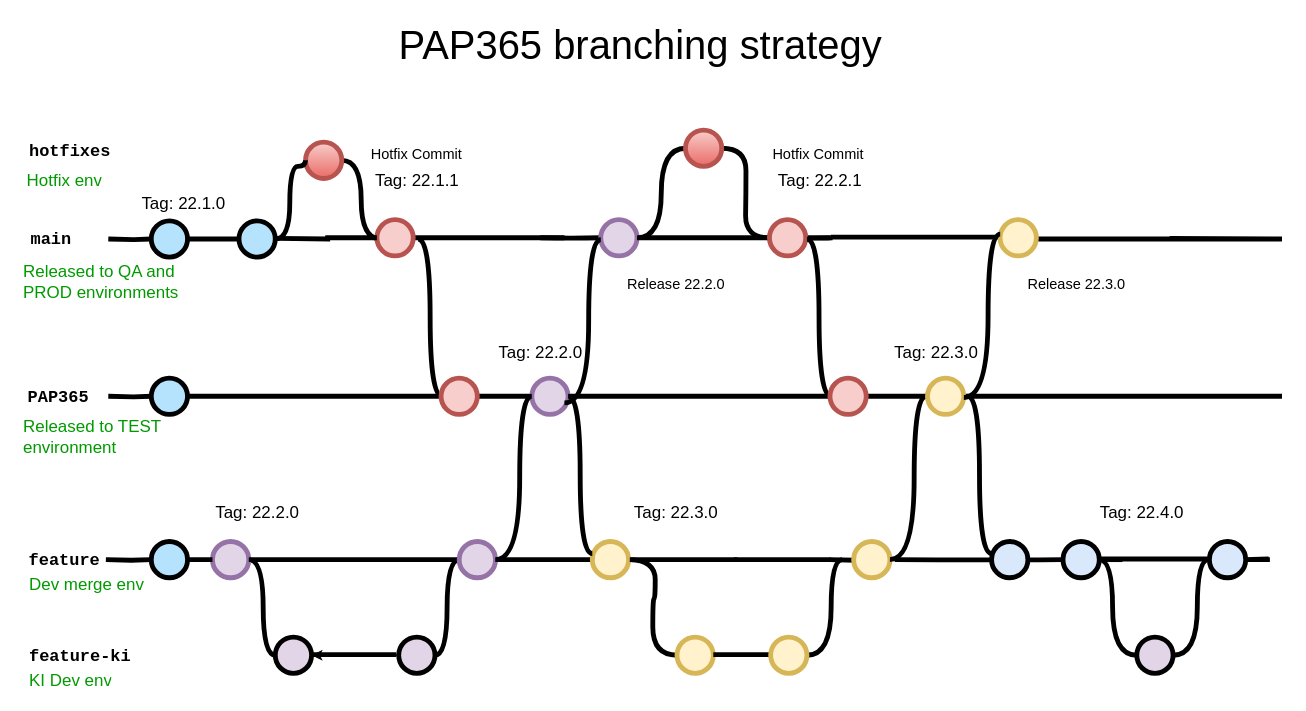
pivko4life/workstuff keeps this draw.io diagram as Pap pipeline diagram.drawio. Above is the earlier version. Source tidied: cells renumbered, new cells numbered last; positions are measured from the earlier drawing's top-left corner, leaving out a move shared by most shapes. Both pictures are drawn from the tidied source at 121%, with x=0, y=0 at pixel (21, 21).
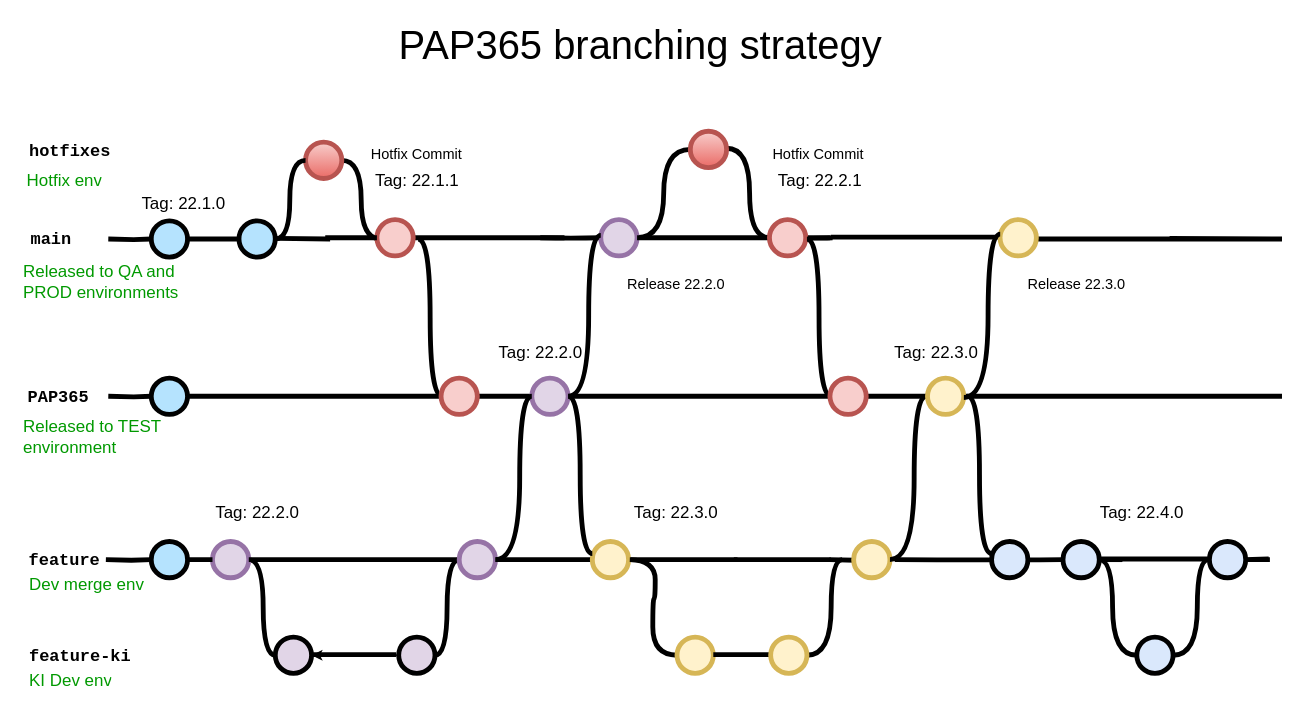
The same diagram, later.

Unchanged cells that the change refers to:
```xml
<mxCell id="35" style="verticalLabelPosition=bottom;verticalAlign=top;html=1;strokeWidth=4;shape=mxgraph.flowchart.on-page_reference;strokeColor=#b85450;fillColor=#f8cecc;" parent="1" vertex="1">
  <mxGeometry x="618.4" y="164" width="30" height="30" as="geometry" />
</mxCell>
<mxCell id="55" style="verticalLabelPosition=bottom;verticalAlign=top;html=1;strokeWidth=4;shape=mxgraph.flowchart.on-page_reference;plain-blue;gradientColor=#EA6B66;strokeColor=#B85450;fillColor=#F8CECC;" parent="1" vertex="1">
  <mxGeometry x="235" y="100" width="30" height="30" as="geometry" />
</mxCell>
```

Diff of the diagram source:
```diff
@@
     <mxCell id="26" style="edgeStyle=orthogonalEdgeStyle;curved=1;rounded=0;jettySize=auto;html=1;endArrow=none;endFill=0;strokeWidth=4;fontFamily=Courier New;fontSize=16;entryX=0;entryY=0.5;entryDx=0;entryDy=0;entryPerimeter=0;" parent="1" edge="1" source="27" target="35">
-      <mxGeometry relative="1" as="geometry" />
+      <mxGeometry relative="1" as="geometry">
+        <Array as="points">
+          <mxPoint x="602" y="105" />
+          <mxPoint x="602" y="179" />
+        </Array>
+      </mxGeometry>
     </mxCell>
     <mxCell id="27" style="verticalLabelPosition=bottom;verticalAlign=top;html=1;strokeWidth=4;shape=mxgraph.flowchart.on-page_reference;plain-blue;gradientColor=#EA6B66;strokeColor=#B85450;fillColor=#F8CECC;" parent="1" vertex="1">
-      <mxGeometry x="549" y="90" width="30" height="30" as="geometry" />
+      <mxGeometry x="553" y="91" width="30" height="30" as="geometry" />
     </mxCell>
@@
-    <mxCell id="43" style="verticalLabelPosition=bottom;verticalAlign=top;html=1;strokeWidth=4;shape=mxgraph.flowchart.on-page_reference;plain-purple;gradientColor=none;strokeColor=#000000;" parent="1" vertex="1">
+    <mxCell id="43" style="verticalLabelPosition=bottom;verticalAlign=top;html=1;strokeWidth=4;shape=mxgraph.flowchart.on-page_reference;strokeColor=#000000;fillColor=#dae8fc;" parent="1" vertex="1">
       <mxGeometry x="922" y="509" width="30" height="30" as="geometry" />
     </mxCell>
@@
-    <mxCell id="75" style="edgeStyle=orthogonalEdgeStyle;curved=1;rounded=0;html=1;entryX=0;entryY=0.5;entryPerimeter=0;endArrow=none;endFill=0;jettySize=auto;orthogonalLoop=1;strokeWidth=4;fontSize=15;entryDx=0;entryDy=0;exitX=1;exitY=0.5;exitDx=0;exitDy=0;exitPerimeter=0;" parent="1" edge="1">
+    <mxCell id="75" style="edgeStyle=orthogonalEdgeStyle;curved=1;rounded=0;html=1;entryX=0;entryY=0.5;entryPerimeter=0;endArrow=none;endFill=0;jettySize=auto;orthogonalLoop=1;strokeWidth=4;fontSize=15;entryDx=0;entryDy=0;exitX=0.75;exitY=0;exitDx=0;exitDy=0;" parent="1" edge="1">
       <mxGeometry relative="1" as="geometry">
-        <mxPoint x="449" y="315.5" as="sourcePoint" />
-        <mxPoint x="479" y="180.5" as="targetPoint" />
+        <mxPoint x="452.2" y="310" as="sourcePoint" />
+        <mxPoint x="479" y="177" as="targetPoint" />
         <Array as="points">
-          <mxPoint x="469" y="315.5" />
-          <mxPoint x="469" y="180.5" />
+          <mxPoint x="469" y="310" />
+          <mxPoint x="469" y="177" />
         </Array>
       </mxGeometry>
     </mxCell>
@@
-    <mxCell id="89" style="edgeStyle=orthogonalEdgeStyle;curved=1;rounded=0;jettySize=auto;html=1;endArrow=none;endFill=0;strokeWidth=4;fontFamily=Courier New;fontSize=16;entryX=0;entryY=0.5;entryDx=0;entryDy=0;entryPerimeter=0;" parent="1" edge="1" target="55">
+    <mxCell id="89" style="edgeStyle=orthogonalEdgeStyle;curved=1;rounded=0;orthogonalLoop=1;jettySize=auto;html=1;endArrow=none;endFill=0;strokeWidth=4;fontFamily=Courier New;fontSize=16;entryX=0;entryY=0.5;entryDx=0;entryDy=0;entryPerimeter=0;" parent="1" edge="1">
       <mxGeometry relative="1" as="geometry">
         <mxPoint x="210" y="180" as="sourcePoint" />
+        <mxPoint x="235" y="115" as="targetPoint" />
         <Array as="points">
           <mxPoint x="222" y="180" />
-          <mxPoint x="222" y="120" />
-          <mxPoint x="235" y="120" />
+          <mxPoint x="222" y="115" />
         </Array>
       </mxGeometry>
     </mxCell>
```
